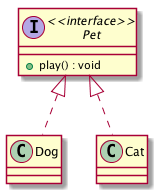
Earlier version of the PlantUML export assets/images/uml/ex-mypet/pet-interface.png (lyhcode/oosad). Source of this version:
```plantuml
@startuml
interface Pet <<interface>> {
    + play() : void
}
Pet <|.. Dog
Pet <|.. Cat
@enduml
```
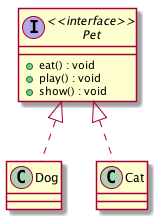
After the change.

The edit, as a diff of the source:
```diff
@@ -1,6 +1,8 @@
 @startuml
 interface Pet <<interface>> {
+    + eat() : void
     + play() : void
+    + show() : void
 }
 Pet <|.. Dog
 Pet <|.. Cat
```
